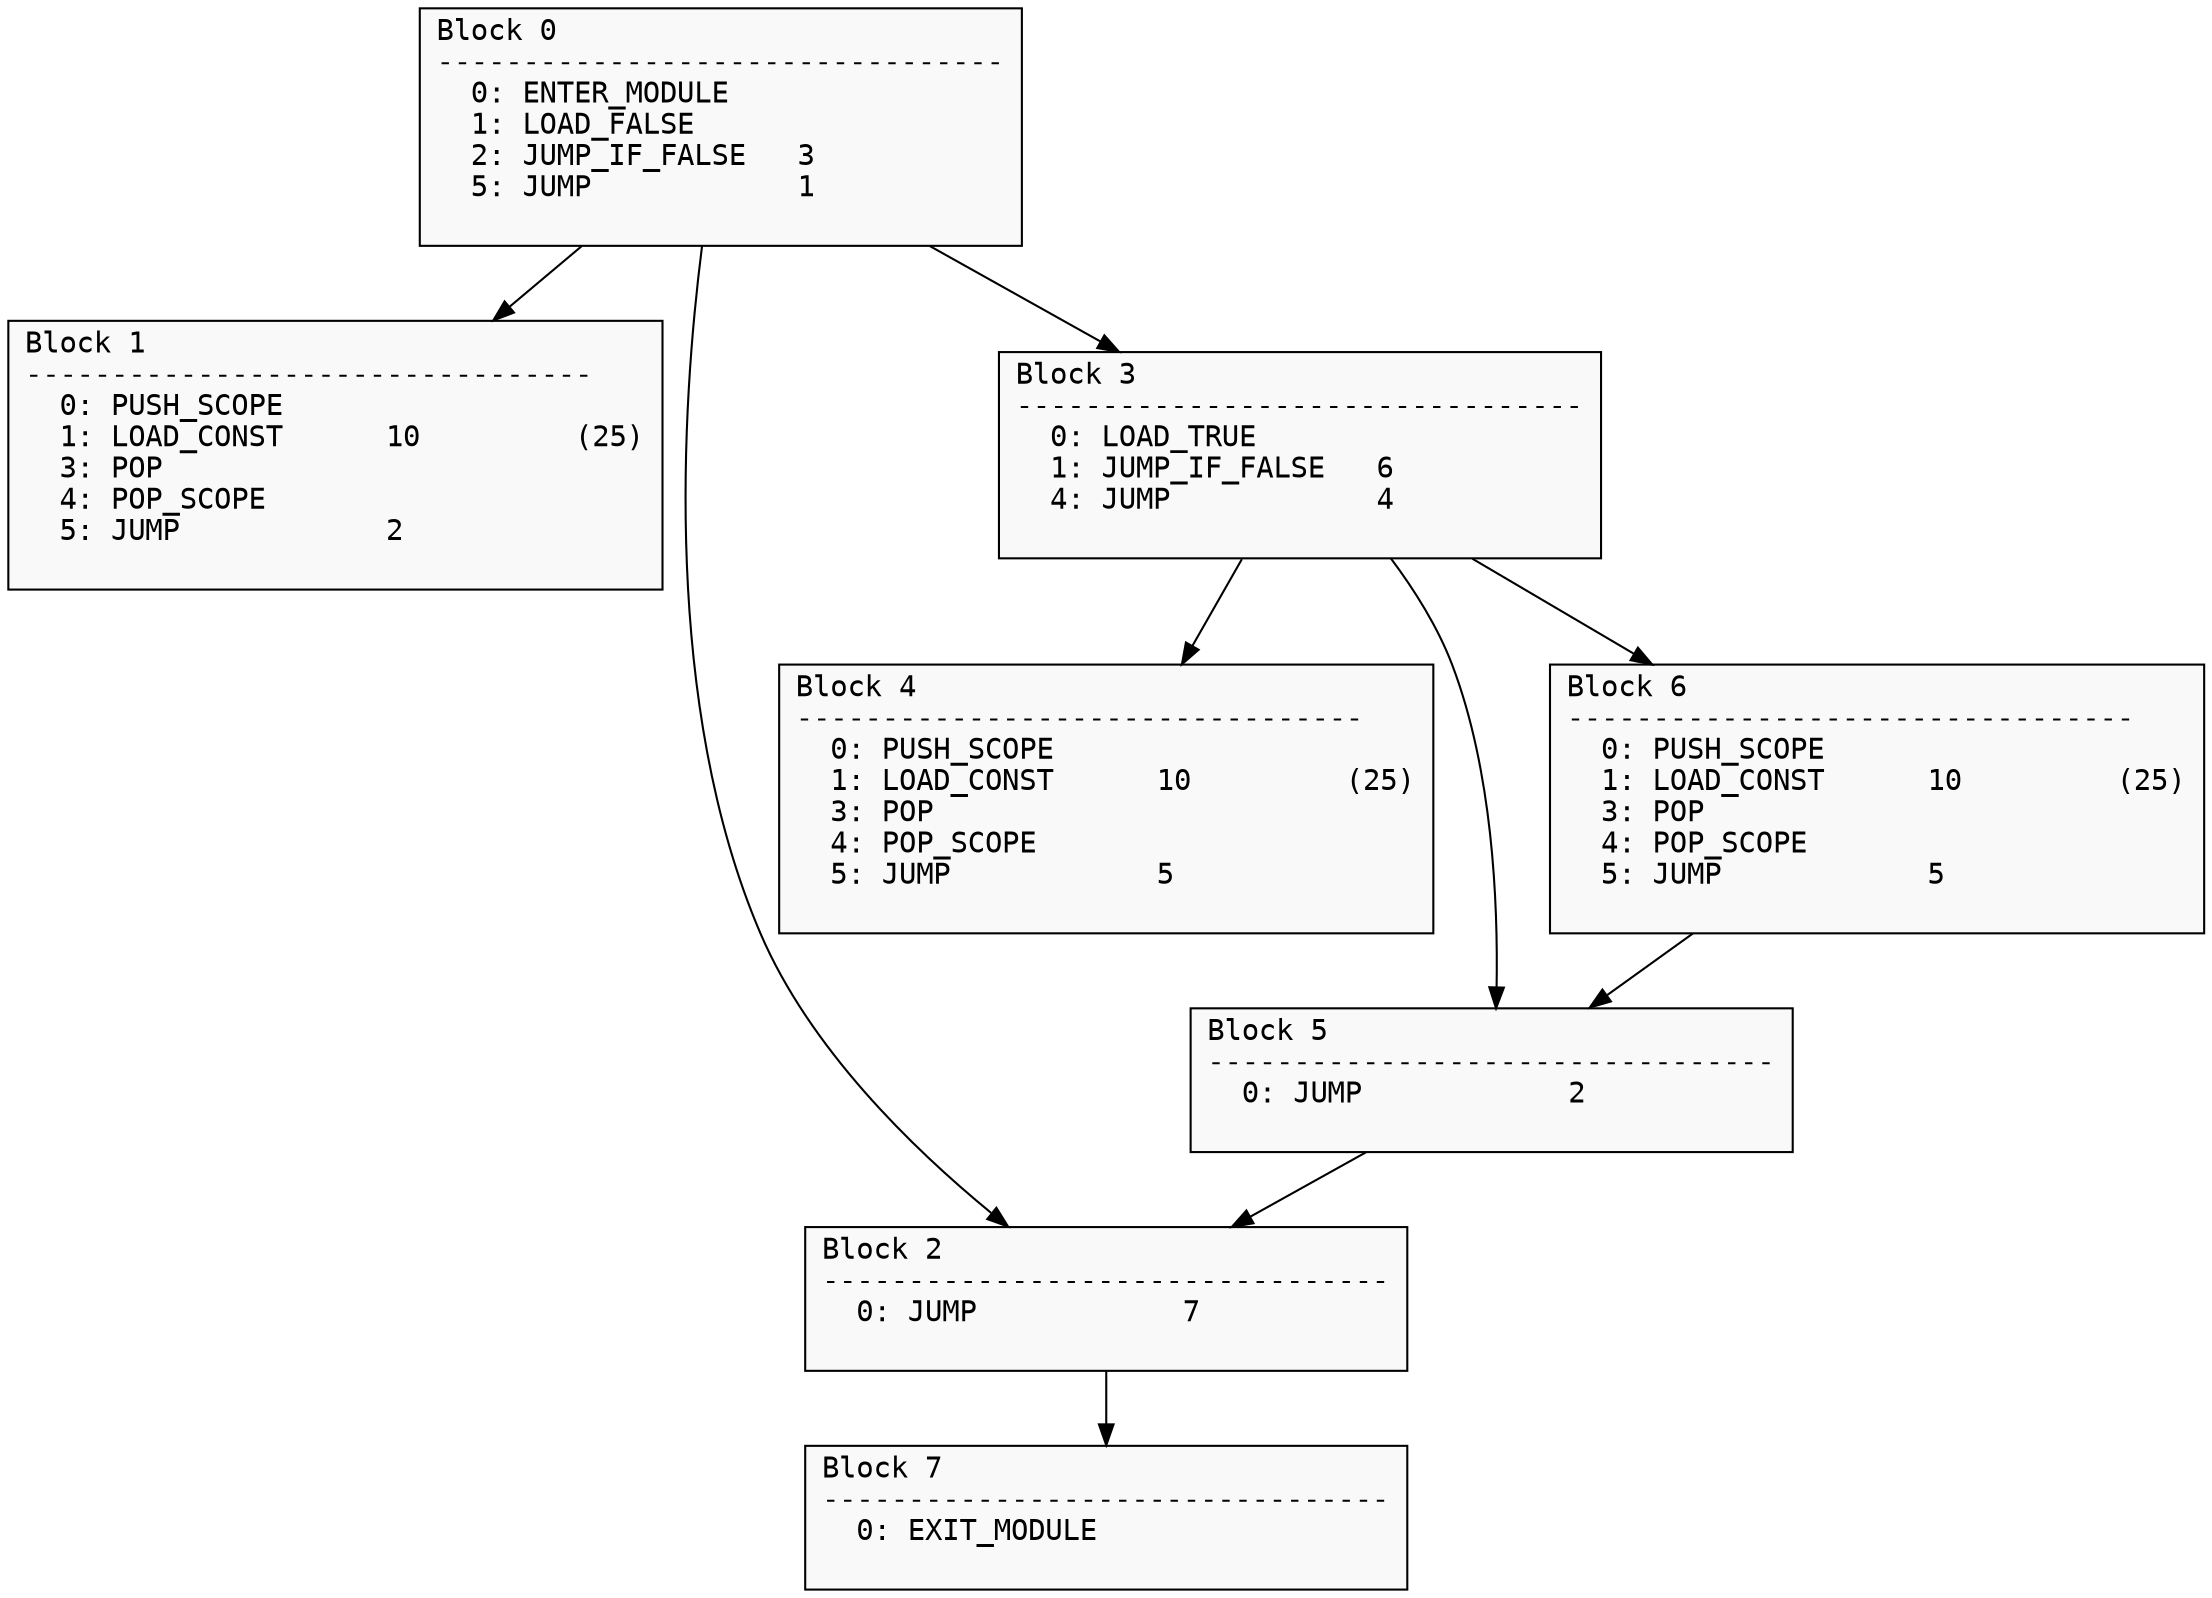
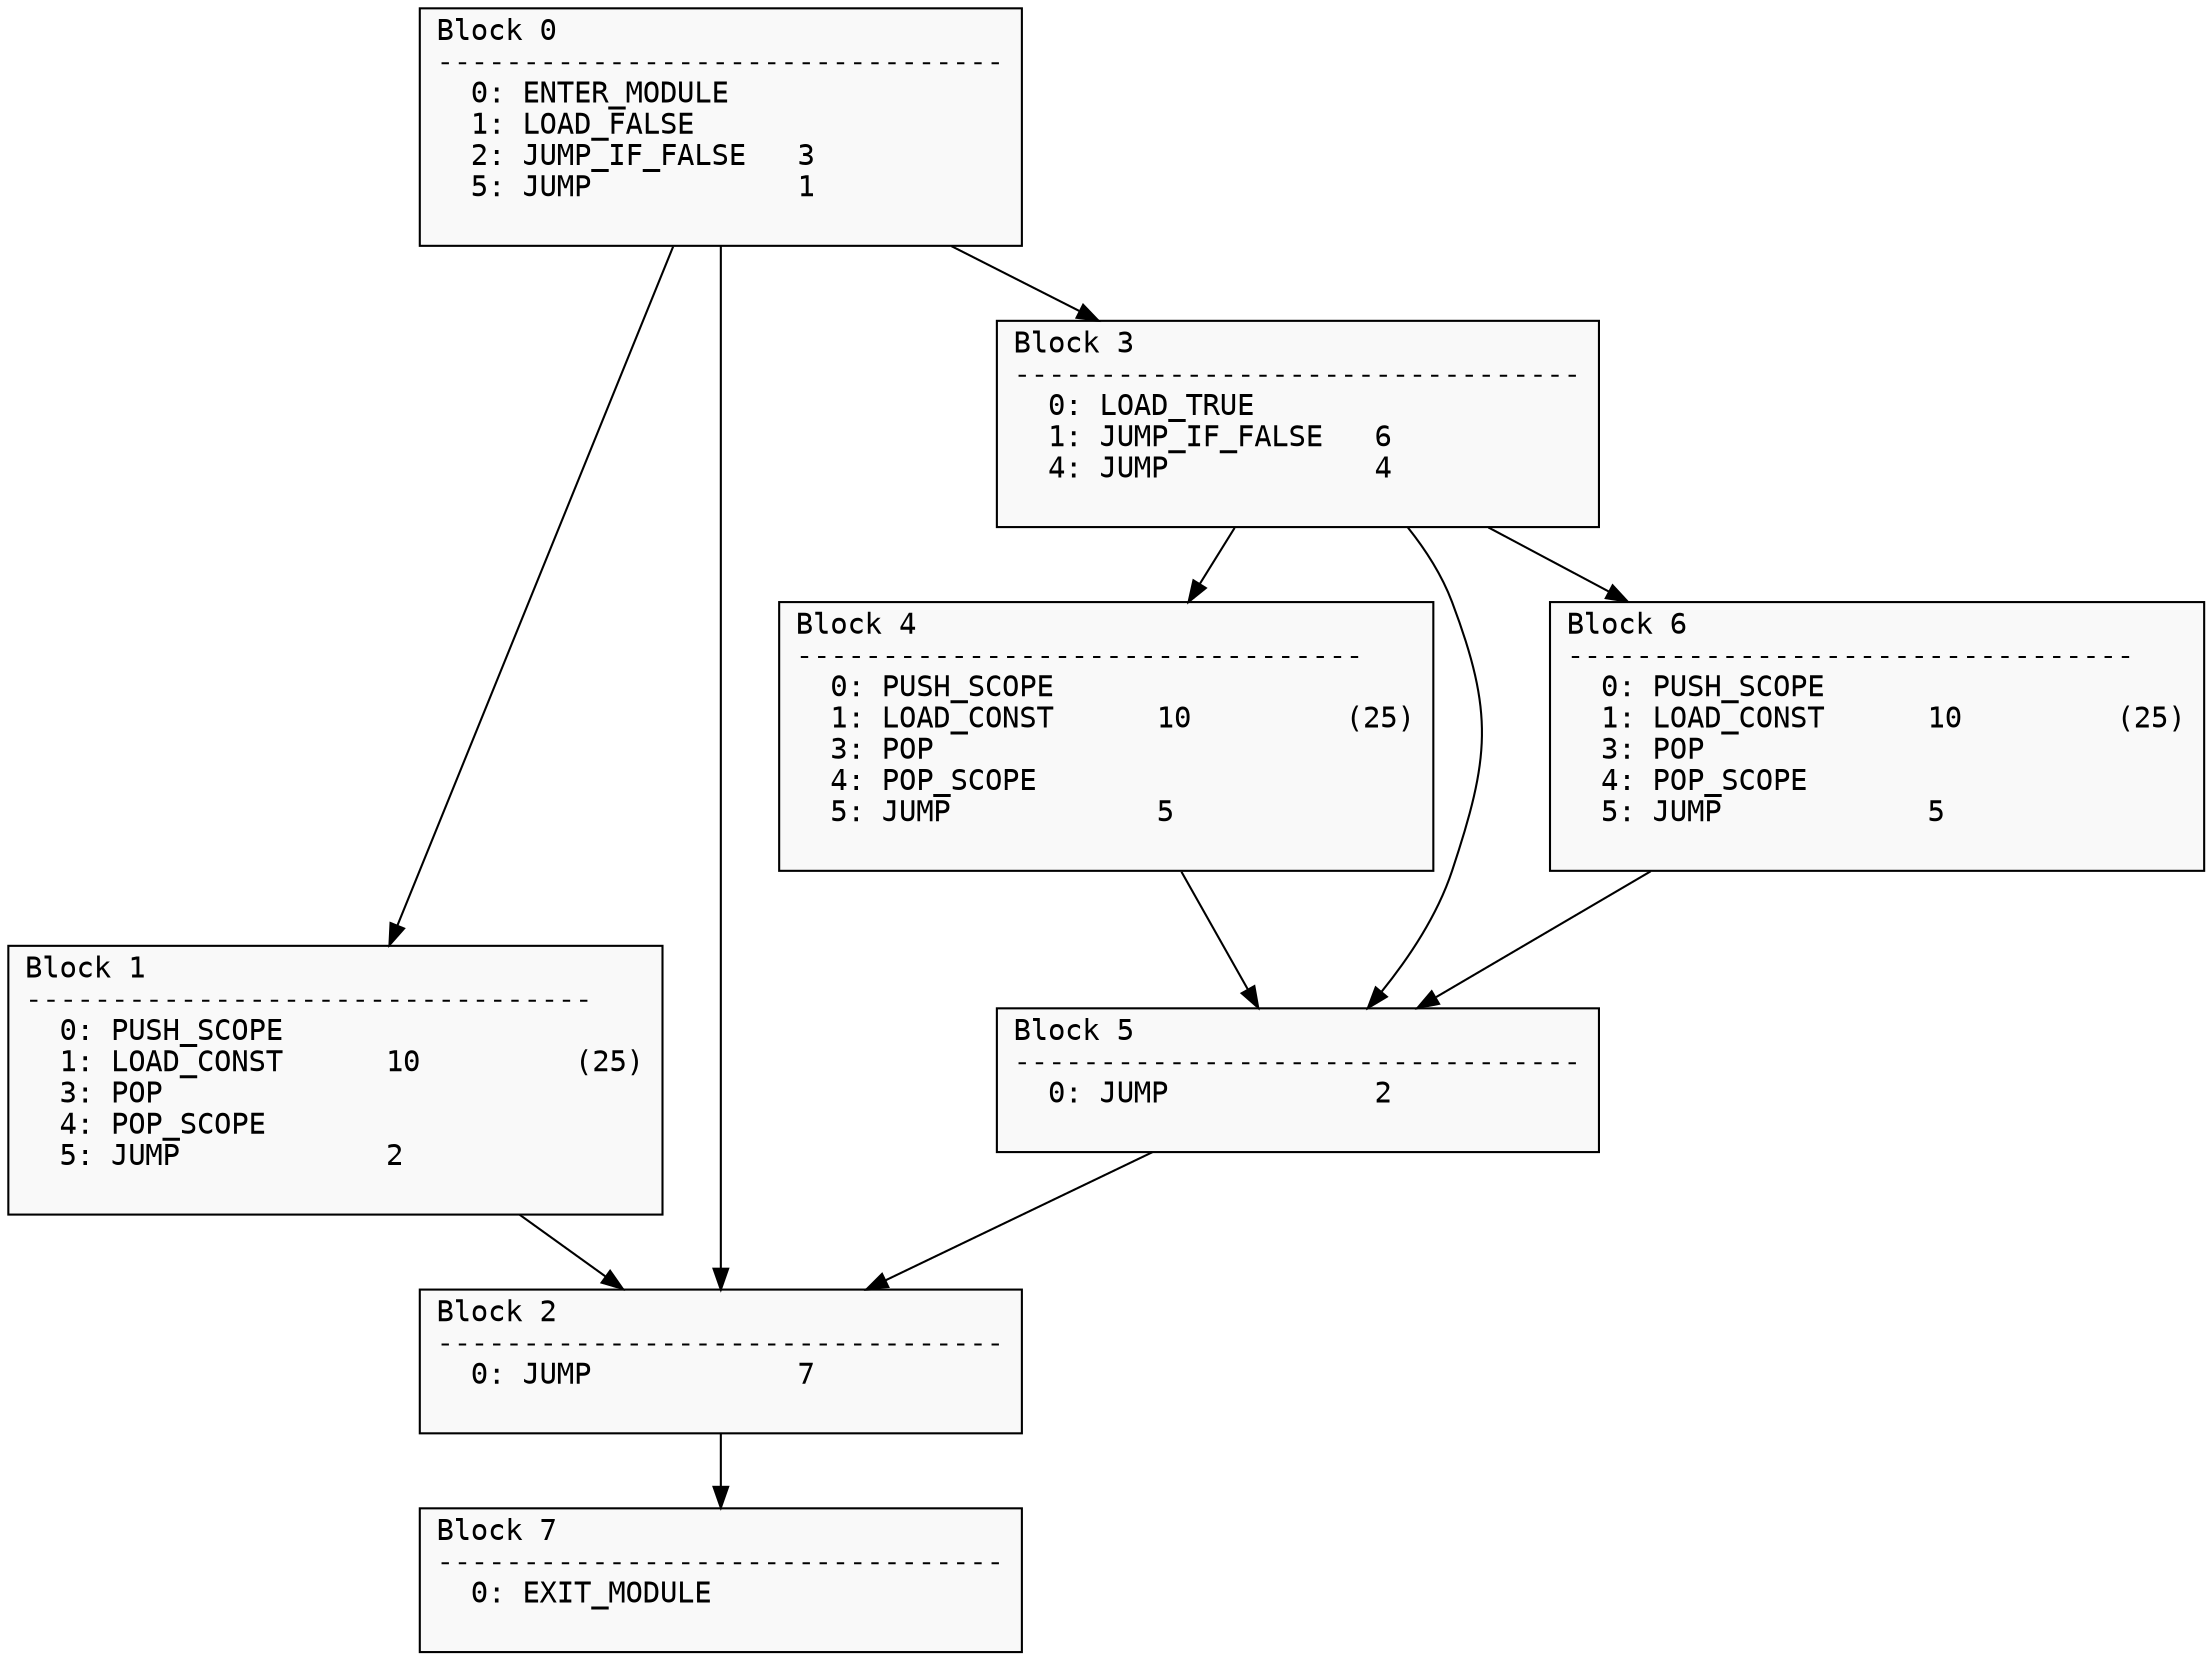
digraph CFG {
    node [shape=box, fontname="Courier", style=filled, fillcolor="#f9f9f9"];

    block0 [label="Block 0\l---------------------------------\l  0: ENTER_MODULE\l  1: LOAD_FALSE\l  2: JUMP_IF_FALSE   3\l  5: JUMP            1\l\l"];
    block1 [label="Block 1\l---------------------------------\l  0: PUSH_SCOPE\l  1: LOAD_CONST      10         (25)\l  3: POP\l  4: POP_SCOPE\l  5: JUMP            2\l\l"];
    block2 [label="Block 2\l---------------------------------\l  0: JUMP            7\l\l"];
    block3 [label="Block 3\l---------------------------------\l  0: LOAD_TRUE\l  1: JUMP_IF_FALSE   6\l  4: JUMP            4\l\l"];
    block4 [label="Block 4\l---------------------------------\l  0: PUSH_SCOPE\l  1: LOAD_CONST      10         (25)\l  3: POP\l  4: POP_SCOPE\l  5: JUMP            5\l\l"];
    block5 [label="Block 5\l---------------------------------\l  0: JUMP            2\l\l"];
    block6 [label="Block 6\l---------------------------------\l  0: PUSH_SCOPE\l  1: LOAD_CONST      10         (25)\l  3: POP\l  4: POP_SCOPE\l  5: JUMP            5\l\l"];
    block7 [label="Block 7\l---------------------------------\l  0: EXIT_MODULE\l\l"];

    // 2. Output all the Edges
    block0 -> block1;
    block0 -> block3;
    block0 -> block2;
+     block1 -> block2;
    block2 -> block7;
    block3 -> block4;
    block3 -> block6;
    block3 -> block5;
+     block4 -> block5;
    block5 -> block2;
    block6 -> block5;
}
